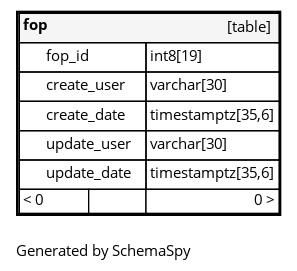
The Graphviz diagram app_fp/diagrams/tables/fop.1degree.png in bcgov/nr-fop, before a commit. Its source is kept beside it as app_fp/diagrams/tables/fop.1degree.dot.
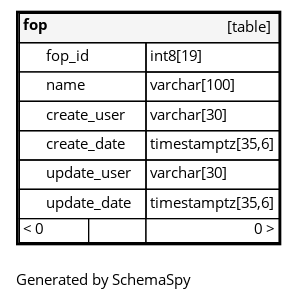
Above is the later version.

Diff of the diagram source:
```diff
@@ -5,6 +5,7 @@
     <TABLE BORDER="2" CELLBORDER="1" CELLSPACING="0" BGCOLOR="#ffffff">
       <TR><TD COLSPAN="4"  BGCOLOR="#f5f5f5"><TABLE BORDER="0" CELLSPACING="0"><TR><TD ALIGN="LEFT" FIXEDSIZE="TRUE" WIDTH="19" HEIGHT="16"><B>fop</B></TD><TD ALIGN="RIGHT">[table]</TD></TR></TABLE></TD></TR>
       <TR><TD PORT="fop_id" COLSPAN="2" ALIGN="LEFT"><TABLE BORDER="0" CELLSPACING="0" ALIGN="LEFT"><TR ALIGN="LEFT"><TD ALIGN="LEFT" FIXEDSIZE="TRUE" WIDTH="15" HEIGHT="16"></TD><TD ALIGN="LEFT" FIXEDSIZE="TRUE" WIDTH="74" HEIGHT="16">fop_id</TD></TR></TABLE></TD><TD PORT="fop_id.type" ALIGN="LEFT">int8[19]</TD></TR>
+      <TR><TD PORT="name" COLSPAN="2" BGCOLOR="#ffffff" ALIGN="LEFT"><TABLE BORDER="0" CELLSPACING="0" ALIGN="LEFT"><TR ALIGN="LEFT"><TD ALIGN="LEFT" FIXEDSIZE="TRUE" WIDTH="15" HEIGHT="16"></TD><TD ALIGN="LEFT" FIXEDSIZE="TRUE" WIDTH="74" HEIGHT="16">name</TD></TR></TABLE></TD><TD PORT="name.type" ALIGN="LEFT">varchar[100]</TD></TR>
       <TR><TD PORT="create_user" COLSPAN="2" ALIGN="LEFT"><TABLE BORDER="0" CELLSPACING="0" ALIGN="LEFT"><TR ALIGN="LEFT"><TD ALIGN="LEFT" FIXEDSIZE="TRUE" WIDTH="15" HEIGHT="16"></TD><TD ALIGN="LEFT" FIXEDSIZE="TRUE" WIDTH="74" HEIGHT="16">create_user</TD></TR></TABLE></TD><TD PORT="create_user.type" ALIGN="LEFT">varchar[30]</TD></TR>
       <TR><TD PORT="create_date" COLSPAN="2" ALIGN="LEFT"><TABLE BORDER="0" CELLSPACING="0" ALIGN="LEFT"><TR ALIGN="LEFT"><TD ALIGN="LEFT" FIXEDSIZE="TRUE" WIDTH="15" HEIGHT="16"></TD><TD ALIGN="LEFT" FIXEDSIZE="TRUE" WIDTH="74" HEIGHT="16">create_date</TD></TR></TABLE></TD><TD PORT="create_date.type" ALIGN="LEFT">timestamptz[35,6]</TD></TR>
       <TR><TD PORT="update_user" COLSPAN="2" ALIGN="LEFT"><TABLE BORDER="0" CELLSPACING="0" ALIGN="LEFT"><TR ALIGN="LEFT"><TD ALIGN="LEFT" FIXEDSIZE="TRUE" WIDTH="15" HEIGHT="16"></TD><TD ALIGN="LEFT" FIXEDSIZE="TRUE" WIDTH="74" HEIGHT="16">update_user</TD></TR></TABLE></TD><TD PORT="update_user.type" ALIGN="LEFT">varchar[30]</TD></TR>
```
